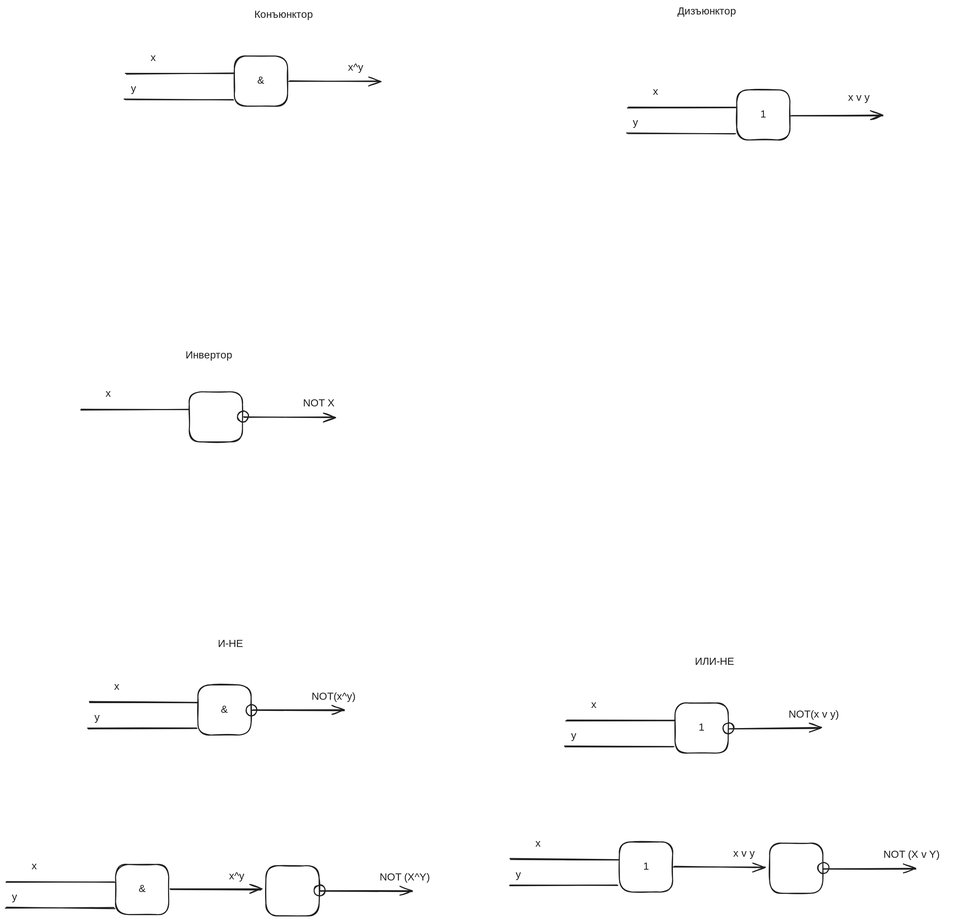
The Excalidraw diagram matlog/log_elems.excalidraw.svg in kawazaki42/Noted, before a commit. Source tidied: one line per element, renumbered; positions are measured from the earlier drawing's top-left corner, leaving out a move shared by most shapes. The source it was exported from:
```json
{"id": 0, "type": "rectangle", "strokeColor": "#1e1e1e", "strokeWidth": 2, "roughness": 1, "round": true, "x": 439, "y": 98, "width": 102, "height": 96}
{"id": 1, "type": "text", "text": "&", "strokeColor": "#1e1e1e", "strokeWidth": 2, "roughness": 1, "fontSize": 20, "fontFamily": 5, "textAlign": "center", "verticalAlign": "middle", "inside": 0, "x": 483, "y": 133, "width": 14, "height": 25}
{"id": 2, "type": "arrow", "strokeColor": "#1e1e1e", "strokeWidth": 2, "roughness": 1, "endArrowhead": "arrow", "round": true, "from": 0, "x": 544, "y": 146, "width": 175, "height": 0, "points": [[0, 0], [175, 0]]}
{"id": 3, "type": "text", "text": "x^y", "strokeColor": "#1e1e1e", "strokeWidth": 2, "roughness": 1, "fontSize": 20, "fontFamily": 5, "x": 657, "y": 108, "width": 112, "height": 25}
{"id": 4, "type": "line", "strokeColor": "#1e1e1e", "strokeWidth": 2, "roughness": 1, "round": true, "x": 438, "y": 131, "width": 208, "height": 0, "points": [[0, 0], [-208, 0]]}
{"id": 5, "type": "line", "strokeColor": "#1e1e1e", "strokeWidth": 2, "roughness": 1, "round": true, "x": 436, "y": 181, "width": 208, "height": 0, "points": [[0, 0], [-208, 0]]}
{"id": 6, "type": "text", "text": "x", "strokeColor": "#1e1e1e", "strokeWidth": 2, "roughness": 1, "fontSize": 20, "fontFamily": 5, "x": 278, "y": 89, "width": 12, "height": 25}
{"id": 7, "type": "text", "text": "y", "strokeColor": "#1e1e1e", "strokeWidth": 2, "roughness": 1, "fontSize": 20, "fontFamily": 5, "x": 240, "y": 149, "width": 11, "height": 25}
{"id": 8, "type": "text", "text": "Конъюнктор", "strokeColor": "#1e1e1e", "strokeWidth": 2, "roughness": 1, "fontSize": 20, "fontFamily": 5, "x": 477, "y": 7, "width": 115, "height": 25}
{"id": 9, "type": "text", "text": "x v y", "strokeColor": "#1e1e1e", "strokeWidth": 2, "roughness": 1, "fontSize": 20, "fontFamily": 5, "x": 1618, "y": 166, "width": 112, "height": 25}
{"id": 10, "type": "text", "text": "Дизъюнктор", "strokeColor": "#1e1e1e", "strokeWidth": 2, "roughness": 1, "fontSize": 20, "fontFamily": 5, "x": 1290, "y": 0, "width": 116, "height": 25}
{"id": 11, "type": "text", "text": "Инвертор", "strokeColor": "#1e1e1e", "strokeWidth": 2, "roughness": 1, "fontSize": 20, "fontFamily": 5, "x": 345, "y": 661, "width": 87, "height": 25}
{"id": 12, "type": "rectangle", "strokeColor": "#1e1e1e", "strokeWidth": 2, "roughness": 1, "round": true, "x": 352, "y": 743, "width": 102, "height": 96}
{"id": 13, "type": "arrow", "strokeColor": "#1e1e1e", "strokeWidth": 2, "roughness": 1, "endArrowhead": "arrow", "round": true, "from": 12, "x": 456, "y": 791, "width": 176, "height": 0, "points": [[0, 0], [176, 0]]}
{"id": 14, "type": "text", "text": "NOT X", "strokeColor": "#1e1e1e", "strokeWidth": 2, "roughness": 1, "fontSize": 20, "fontFamily": 5, "x": 571, "y": 753, "width": 112, "height": 25}
{"id": 15, "type": "line", "strokeColor": "#1e1e1e", "strokeWidth": 2, "roughness": 1, "round": true, "x": 351, "y": 776, "width": 208, "height": 0, "points": [[0, 0], [-208, 0]]}
{"id": 16, "type": "text", "text": "x", "strokeColor": "#1e1e1e", "strokeWidth": 2, "roughness": 1, "fontSize": 20, "fontFamily": 5, "x": 191, "y": 734, "width": 12, "height": 25}
{"id": 17, "type": "ellipse", "strokeColor": "#1e1e1e", "strokeWidth": 2, "roughness": 1, "round": true, "x": 445, "y": 780, "width": 21, "height": 21}
{"id": 18, "type": "rectangle", "strokeColor": "#1e1e1e", "strokeWidth": 2, "roughness": 1, "round": true, "x": 369, "y": 1306, "width": 102, "height": 96}
{"id": 19, "type": "text", "text": "&", "strokeColor": "#1e1e1e", "strokeWidth": 2, "roughness": 1, "fontSize": 20, "fontFamily": 5, "textAlign": "center", "verticalAlign": "middle", "inside": 18, "x": 413, "y": 1341, "width": 14, "height": 25}
{"id": 20, "type": "arrow", "strokeColor": "#1e1e1e", "strokeWidth": 2, "roughness": 1, "endArrowhead": "arrow", "round": true, "from": 18, "x": 474, "y": 1355, "width": 175, "height": 0, "points": [[0, 0], [175, 0]]}
{"id": 21, "type": "text", "text": "NOT(x^y)", "strokeColor": "#1e1e1e", "strokeWidth": 2, "roughness": 1, "fontSize": 20, "fontFamily": 5, "x": 587, "y": 1317, "width": 112, "height": 25}
{"id": 22, "type": "line", "strokeColor": "#1e1e1e", "strokeWidth": 2, "roughness": 1, "round": true, "x": 368, "y": 1339, "width": 208, "height": 0, "points": [[0, 0], [-208, 0]]}
{"id": 23, "type": "line", "strokeColor": "#1e1e1e", "strokeWidth": 2, "roughness": 1, "round": true, "x": 366, "y": 1389, "width": 208, "height": 0, "points": [[0, 0], [-208, 0]]}
{"id": 24, "type": "text", "text": "x", "strokeColor": "#1e1e1e", "strokeWidth": 2, "roughness": 1, "fontSize": 20, "fontFamily": 5, "x": 208, "y": 1298, "width": 12, "height": 25}
{"id": 25, "type": "text", "text": "y", "strokeColor": "#1e1e1e", "strokeWidth": 2, "roughness": 1, "fontSize": 20, "fontFamily": 5, "x": 170, "y": 1357, "width": 11, "height": 25}
{"id": 26, "type": "text", "text": "И-НЕ", "strokeColor": "#1e1e1e", "strokeWidth": 2, "roughness": 1, "fontSize": 20, "fontFamily": 5, "x": 407, "y": 1215, "width": 46, "height": 25}
{"id": 27, "type": "ellipse", "strokeColor": "#1e1e1e", "strokeWidth": 2, "roughness": 1, "round": true, "x": 461, "y": 1344, "width": 21, "height": 21}
{"id": 28, "type": "rectangle", "strokeColor": "#1e1e1e", "strokeWidth": 2, "roughness": 1, "round": true, "x": 211, "y": 1651, "width": 102, "height": 96}
{"id": 29, "type": "text", "text": "&", "strokeColor": "#1e1e1e", "strokeWidth": 2, "roughness": 1, "fontSize": 20, "fontFamily": 5, "textAlign": "center", "verticalAlign": "middle", "inside": 28, "x": 255, "y": 1686, "width": 14, "height": 25}
{"id": 30, "type": "arrow", "strokeColor": "#1e1e1e", "strokeWidth": 2, "roughness": 1, "endArrowhead": "arrow", "round": true, "from": 28, "x": 316, "y": 1700, "width": 175, "height": 0, "points": [[0, 0], [175, 0]]}
{"id": 31, "type": "text", "text": "x^y", "strokeColor": "#1e1e1e", "strokeWidth": 2, "roughness": 1, "fontSize": 20, "fontFamily": 5, "x": 429, "y": 1662, "width": 112, "height": 25}
{"id": 32, "type": "line", "strokeColor": "#1e1e1e", "strokeWidth": 2, "roughness": 1, "round": true, "x": 210, "y": 1684, "width": 208, "height": 0, "points": [[0, 0], [-208, 0]]}
{"id": 33, "type": "line", "strokeColor": "#1e1e1e", "strokeWidth": 2, "roughness": 1, "round": true, "x": 208, "y": 1734, "width": 208, "height": 0, "points": [[0, 0], [-208, 0]]}
{"id": 34, "type": "text", "text": "x", "strokeColor": "#1e1e1e", "strokeWidth": 2, "roughness": 1, "fontSize": 20, "fontFamily": 5, "x": 50, "y": 1643, "width": 12, "height": 25}
{"id": 35, "type": "text", "text": "y", "strokeColor": "#1e1e1e", "strokeWidth": 2, "roughness": 1, "fontSize": 20, "fontFamily": 5, "x": 11, "y": 1702, "width": 11, "height": 25}
{"id": 36, "type": "rectangle", "strokeColor": "#1e1e1e", "strokeWidth": 2, "roughness": 1, "round": true, "x": 500, "y": 1653, "width": 102, "height": 96}
{"id": 37, "type": "arrow", "strokeColor": "#1e1e1e", "strokeWidth": 2, "roughness": 1, "endArrowhead": "arrow", "round": true, "from": 39, "x": 604, "y": 1702, "width": 176, "height": 0, "points": [[0, 0], [176, 0]]}
{"id": 38, "type": "text", "text": "NOT (X^Y)", "strokeColor": "#1e1e1e", "strokeWidth": 2, "roughness": 1, "fontSize": 20, "fontFamily": 5, "x": 718, "y": 1664, "width": 112, "height": 25}
{"id": 39, "type": "ellipse", "strokeColor": "#1e1e1e", "strokeWidth": 2, "roughness": 1, "round": true, "x": 592, "y": 1690, "width": 21, "height": 21}
{"id": 40, "type": "rectangle", "strokeColor": "#1e1e1e", "strokeWidth": 2, "roughness": 1, "round": true, "x": 1286, "y": 1341, "width": 102, "height": 96}
{"id": 41, "type": "text", "text": "1", "strokeColor": "#1e1e1e", "strokeWidth": 2, "roughness": 1, "fontSize": 20, "fontFamily": 5, "textAlign": "center", "verticalAlign": "middle", "inside": 40, "x": 1332, "y": 1376, "width": 9, "height": 25}
{"id": 42, "type": "arrow", "strokeColor": "#1e1e1e", "strokeWidth": 2, "roughness": 1, "endArrowhead": "arrow", "round": true, "from": 40, "x": 1390, "y": 1389, "width": 176, "height": 0, "points": [[0, 0], [176, 0]]}
{"id": 43, "type": "text", "text": "NOT(x v y)", "strokeColor": "#1e1e1e", "strokeWidth": 2, "roughness": 1, "fontSize": 20, "fontFamily": 5, "x": 1504, "y": 1351, "width": 112, "height": 25}
{"id": 44, "type": "line", "strokeColor": "#1e1e1e", "strokeWidth": 2, "roughness": 1, "round": true, "x": 1284, "y": 1374, "width": 208, "height": 0, "points": [[0, 0], [-208, 0]]}
{"id": 45, "type": "line", "strokeColor": "#1e1e1e", "strokeWidth": 2, "roughness": 1, "round": true, "x": 1283, "y": 1424, "width": 208, "height": 0, "points": [[0, 0], [-208, 0]]}
{"id": 46, "type": "text", "text": "x", "strokeColor": "#1e1e1e", "strokeWidth": 2, "roughness": 1, "fontSize": 20, "fontFamily": 5, "x": 1124, "y": 1332, "width": 12, "height": 25}
{"id": 47, "type": "text", "text": "y", "strokeColor": "#1e1e1e", "strokeWidth": 2, "roughness": 1, "fontSize": 20, "fontFamily": 5, "x": 1086, "y": 1392, "width": 11, "height": 25}
{"id": 48, "type": "text", "text": "ИЛИ-НЕ", "strokeColor": "#1e1e1e", "strokeWidth": 2, "roughness": 1, "fontSize": 20, "fontFamily": 5, "x": 1324, "y": 1250, "width": 72, "height": 25}
{"id": 49, "type": "ellipse", "strokeColor": "#1e1e1e", "strokeWidth": 2, "roughness": 1, "round": true, "x": 1378, "y": 1379, "width": 21, "height": 21}
{"id": 50, "type": "rectangle", "strokeColor": "#1e1e1e", "strokeWidth": 2, "roughness": 1, "round": true, "x": 1179, "y": 1608, "width": 102, "height": 96}
{"id": 51, "type": "text", "text": "1", "strokeColor": "#1e1e1e", "strokeWidth": 2, "roughness": 1, "fontSize": 20, "fontFamily": 5, "textAlign": "center", "verticalAlign": "middle", "inside": 50, "x": 1226, "y": 1643, "width": 9, "height": 25}
{"id": 52, "type": "arrow", "strokeColor": "#1e1e1e", "strokeWidth": 2, "roughness": 1, "endArrowhead": "arrow", "round": true, "from": 50, "x": 1283, "y": 1656, "width": 176, "height": 0, "points": [[0, 0], [176, 0]]}
{"id": 53, "type": "text", "text": "x v y", "strokeColor": "#1e1e1e", "strokeWidth": 2, "roughness": 1, "fontSize": 20, "fontFamily": 5, "x": 1397, "y": 1618, "width": 112, "height": 25}
{"id": 54, "type": "line", "strokeColor": "#1e1e1e", "strokeWidth": 2, "roughness": 1, "round": true, "x": 1178, "y": 1641, "width": 208, "height": 0, "points": [[0, 0], [-208, 0]]}
{"id": 55, "type": "line", "strokeColor": "#1e1e1e", "strokeWidth": 2, "roughness": 1, "round": true, "x": 1176, "y": 1691, "width": 208, "height": 0, "points": [[0, 0], [-208, 0]]}
{"id": 56, "type": "text", "text": "x", "strokeColor": "#1e1e1e", "strokeWidth": 2, "roughness": 1, "fontSize": 20, "fontFamily": 5, "x": 1017, "y": 1599, "width": 12, "height": 25}
{"id": 57, "type": "text", "text": "y", "strokeColor": "#1e1e1e", "strokeWidth": 2, "roughness": 1, "fontSize": 20, "fontFamily": 5, "x": 979, "y": 1659, "width": 11, "height": 25}
{"id": 58, "type": "rectangle", "strokeColor": "#1e1e1e", "strokeWidth": 2, "roughness": 1, "round": true, "x": 1467, "y": 1610, "width": 102, "height": 96}
{"id": 59, "type": "arrow", "strokeColor": "#1e1e1e", "strokeWidth": 2, "roughness": 1, "endArrowhead": "arrow", "round": true, "from": 61, "x": 1572, "y": 1659, "width": 176, "height": 0, "points": [[0, 0], [176, 0]]}
{"id": 60, "type": "text", "text": "NOT (X v Y)", "strokeColor": "#1e1e1e", "strokeWidth": 2, "roughness": 1, "fontSize": 20, "fontFamily": 5, "x": 1686, "y": 1621, "width": 137, "height": 25}
{"id": 61, "type": "ellipse", "strokeColor": "#1e1e1e", "strokeWidth": 2, "roughness": 1, "round": true, "x": 1560, "y": 1647, "width": 21, "height": 21}
{"id": 62, "type": "rectangle", "strokeColor": "#1e1e1e", "strokeWidth": 2, "roughness": 1, "round": true, "x": 1404, "y": 163, "width": 102, "height": 96}
{"id": 63, "type": "text", "text": "1", "strokeColor": "#1e1e1e", "strokeWidth": 2, "roughness": 1, "fontSize": 20, "fontFamily": 5, "textAlign": "center", "verticalAlign": "middle", "inside": 62, "x": 1451, "y": 198, "width": 9, "height": 25}
{"id": 64, "type": "arrow", "strokeColor": "#1e1e1e", "strokeWidth": 2, "roughness": 1, "endArrowhead": "arrow", "round": true, "from": 62, "x": 1508, "y": 211, "width": 176, "height": 0, "points": [[0, 0], [176, 0]]}
{"id": 65, "type": "line", "strokeColor": "#1e1e1e", "strokeWidth": 2, "roughness": 1, "round": true, "x": 1403, "y": 196, "width": 208, "height": 0, "points": [[0, 0], [-208, 0]]}
{"id": 66, "type": "line", "strokeColor": "#1e1e1e", "strokeWidth": 2, "roughness": 1, "round": true, "x": 1401, "y": 246, "width": 208, "height": 0, "points": [[0, 0], [-208, 0]]}
{"id": 67, "type": "text", "text": "x", "strokeColor": "#1e1e1e", "strokeWidth": 2, "roughness": 1, "fontSize": 20, "fontFamily": 5, "x": 1243, "y": 154, "width": 12, "height": 25}
{"id": 68, "type": "text", "text": "y", "strokeColor": "#1e1e1e", "strokeWidth": 2, "roughness": 1, "fontSize": 20, "fontFamily": 5, "x": 1205, "y": 214, "width": 11, "height": 25}
```
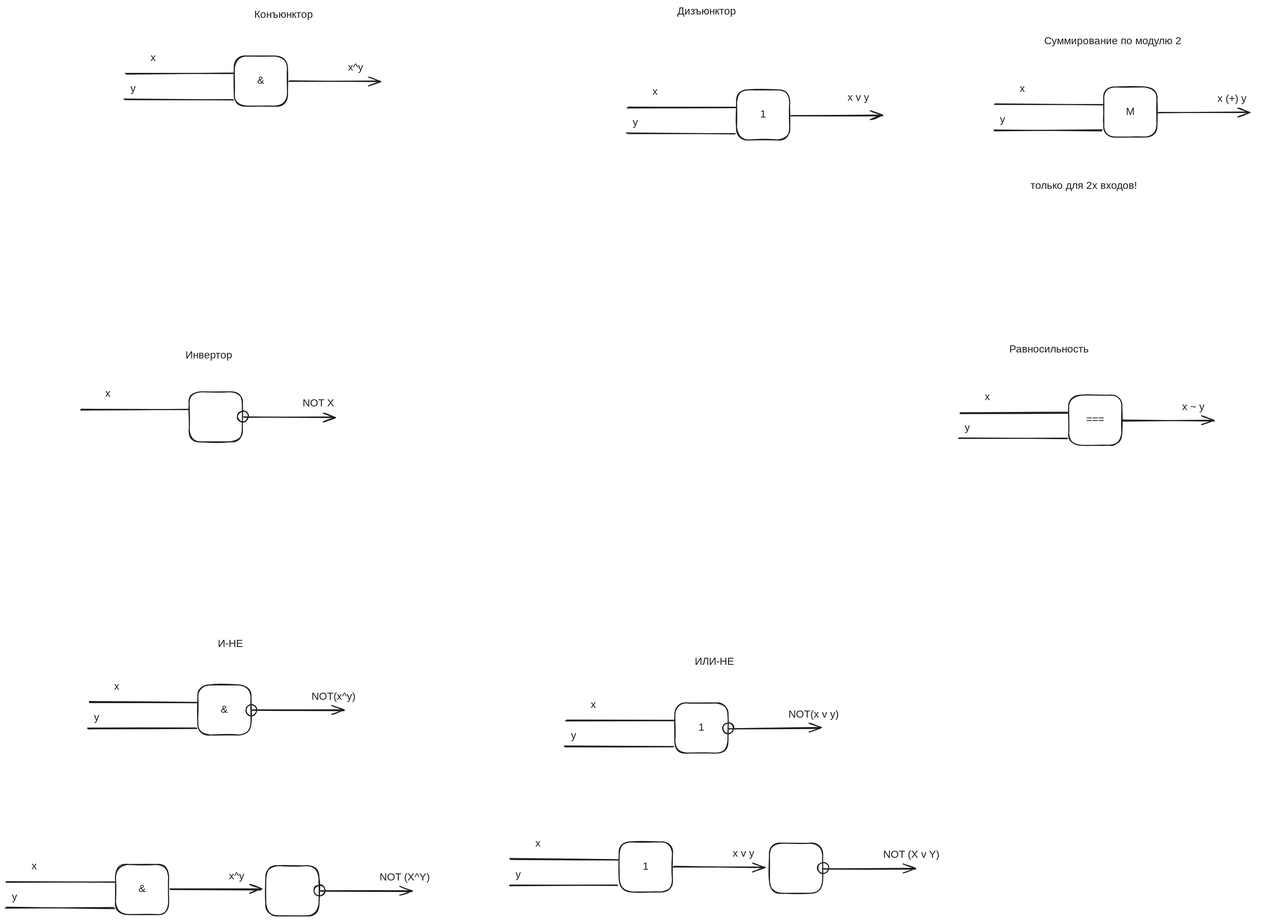
The same file after the commit.

The edit, as a diff of the source:
```diff
@@ -67,3 +67,22 @@
 {"id": 66, "type": "line", "strokeColor": "#1e1e1e", "strokeWidth": 2, "roughness": 1, "round": true, "x": 1401, "y": 246, "width": 208, "height": 0, "points": [[0, 0], [-208, 0]]}
 {"id": 67, "type": "text", "text": "x", "strokeColor": "#1e1e1e", "strokeWidth": 2, "roughness": 1, "fontSize": 20, "fontFamily": 5, "x": 1243, "y": 154, "width": 12, "height": 25}
 {"id": 68, "type": "text", "text": "y", "strokeColor": "#1e1e1e", "strokeWidth": 2, "roughness": 1, "fontSize": 20, "fontFamily": 5, "x": 1205, "y": 214, "width": 11, "height": 25}
+{"id": 69, "type": "rectangle", "strokeColor": "#1e1e1e", "strokeWidth": 2, "roughness": 1, "round": true, "x": 2110, "y": 157, "width": 102, "height": 96}
+{"id": 70, "type": "text", "text": "M", "strokeColor": "#1e1e1e", "strokeWidth": 2, "roughness": 1, "fontSize": 20, "fontFamily": 5, "textAlign": "center", "verticalAlign": "middle", "inside": 69, "x": 2153, "y": 193, "width": 15, "height": 25}
+{"id": 71, "type": "arrow", "strokeColor": "#1e1e1e", "strokeWidth": 2, "roughness": 1, "endArrowhead": "arrow", "round": true, "from": 69, "x": 2214, "y": 206, "width": 176, "height": 0, "points": [[0, 0], [176, 0]]}
+{"id": 72, "type": "text", "text": "x (+) y", "strokeColor": "#1e1e1e", "strokeWidth": 2, "roughness": 1, "fontSize": 20, "fontFamily": 5, "x": 2328, "y": 168, "width": 112, "height": 25}
+{"id": 73, "type": "line", "strokeColor": "#1e1e1e", "strokeWidth": 2, "roughness": 1, "round": true, "x": 2109, "y": 191, "width": 208, "height": 0, "points": [[0, 0], [-208, 0]]}
+{"id": 74, "type": "line", "strokeColor": "#1e1e1e", "strokeWidth": 2, "roughness": 1, "round": true, "x": 2107, "y": 240, "width": 208, "height": 0, "points": [[0, 0], [-208, 0]]}
+{"id": 75, "type": "text", "text": "x", "strokeColor": "#1e1e1e", "strokeWidth": 2, "roughness": 1, "fontSize": 20, "fontFamily": 5, "x": 1948, "y": 149, "width": 12, "height": 25}
+{"id": 76, "type": "text", "text": "y", "strokeColor": "#1e1e1e", "strokeWidth": 2, "roughness": 1, "fontSize": 20, "fontFamily": 5, "x": 1910, "y": 208, "width": 11, "height": 25}
+{"id": 77, "type": "text", "text": "Суммирование по модулю 2", "strokeColor": "#1e1e1e", "strokeWidth": 2, "roughness": 1, "fontSize": 20, "fontFamily": 5, "x": 1995, "y": 58, "width": 267, "height": 25}
+{"id": 78, "type": "text", "text": "только для 2х входов!", "strokeColor": "#1e1e1e", "strokeWidth": 2, "roughness": 1, "fontSize": 20, "fontFamily": 5, "x": 1969, "y": 336, "width": 222, "height": 25}
+{"id": 79, "type": "rectangle", "strokeColor": "#1e1e1e", "strokeWidth": 2, "roughness": 1, "round": true, "x": 2042, "y": 749, "width": 102, "height": 96}
+{"id": 80, "type": "text", "text": "===", "strokeColor": "#1e1e1e", "strokeWidth": 2, "roughness": 1, "fontSize": 20, "fontFamily": 5, "textAlign": "center", "verticalAlign": "middle", "inside": 79, "x": 2077, "y": 785, "width": 33, "height": 25}
+{"id": 81, "type": "arrow", "strokeColor": "#1e1e1e", "strokeWidth": 2, "roughness": 1, "endArrowhead": "arrow", "round": true, "from": 79, "x": 2147, "y": 798, "width": 176, "height": 0, "points": [[0, 0], [176, 0]]}
+{"id": 82, "type": "text", "text": "x ~ y", "strokeColor": "#1e1e1e", "strokeWidth": 2, "roughness": 1, "fontSize": 20, "fontFamily": 5, "x": 2261, "y": 760, "width": 112, "height": 25}
+{"id": 83, "type": "line", "strokeColor": "#1e1e1e", "strokeWidth": 2, "roughness": 1, "round": true, "x": 2041, "y": 783, "width": 208, "height": 0, "points": [[0, 0], [-208, 0]]}
+{"id": 84, "type": "line", "strokeColor": "#1e1e1e", "strokeWidth": 2, "roughness": 1, "round": true, "x": 2039, "y": 833, "width": 208, "height": 0, "points": [[0, 0], [-208, 0]]}
+{"id": 85, "type": "text", "text": "x", "strokeColor": "#1e1e1e", "strokeWidth": 2, "roughness": 1, "fontSize": 20, "fontFamily": 5, "x": 1881, "y": 741, "width": 12, "height": 25}
+{"id": 86, "type": "text", "text": "y", "strokeColor": "#1e1e1e", "strokeWidth": 2, "roughness": 1, "fontSize": 20, "fontFamily": 5, "x": 1843, "y": 800, "width": 11, "height": 25}
+{"id": 87, "type": "text", "text": "Равносильность", "strokeColor": "#1e1e1e", "strokeWidth": 2, "roughness": 1, "fontSize": 20, "fontFamily": 5, "x": 1928, "y": 650, "width": 152, "height": 25}
```
